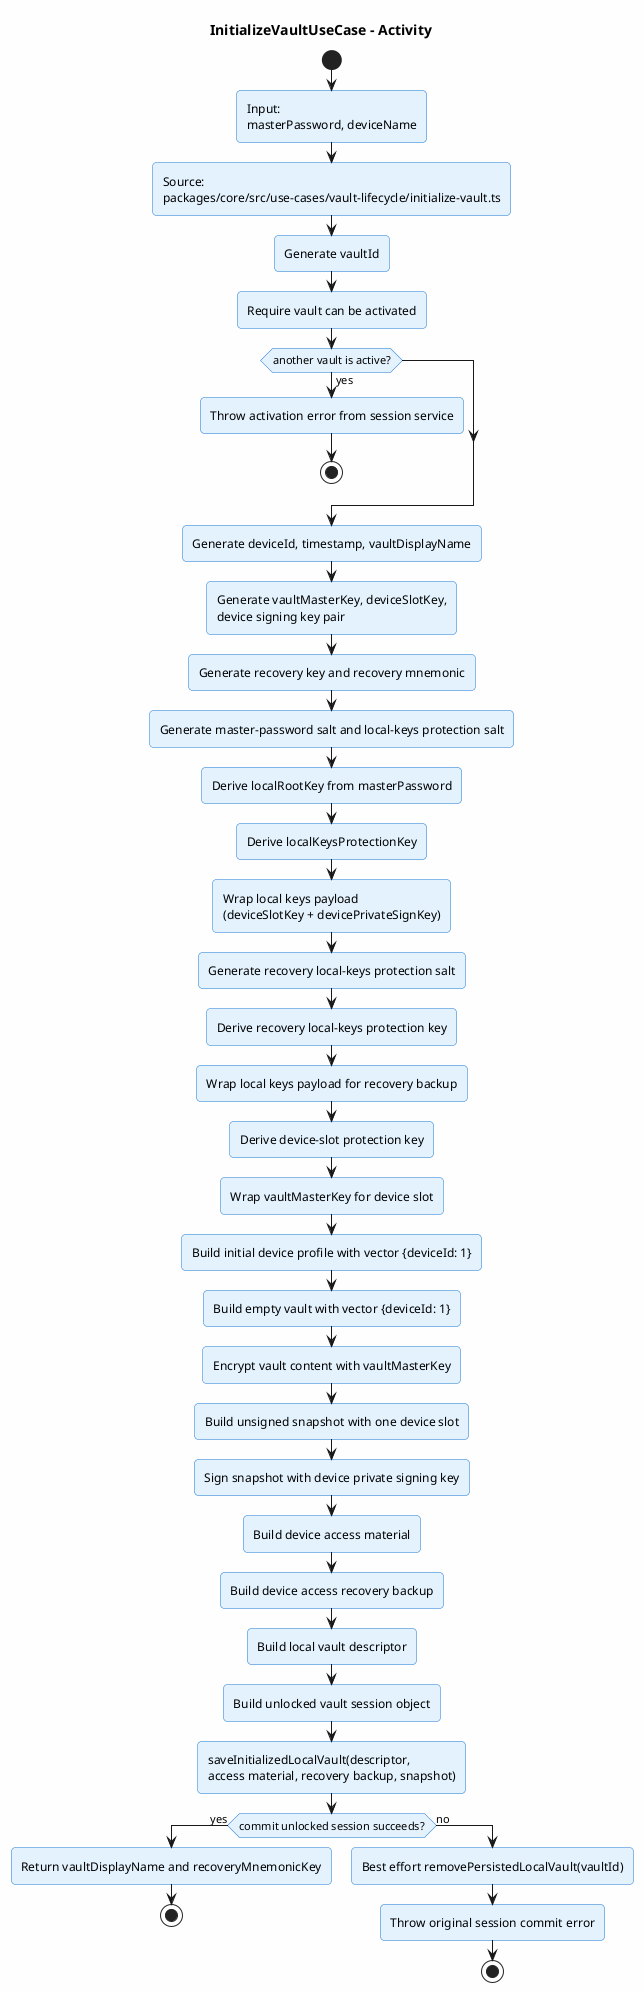
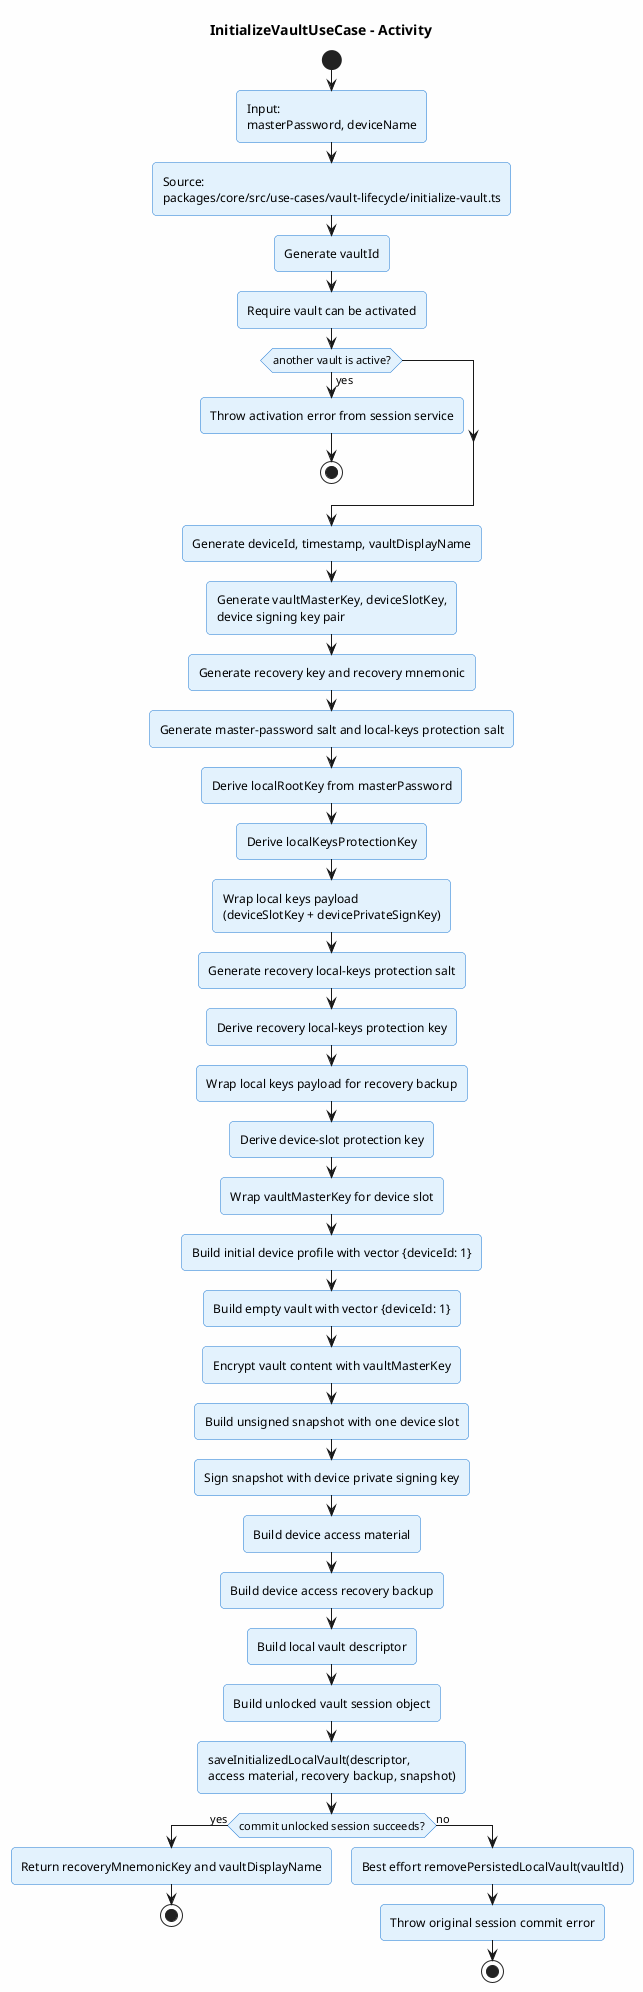
@startuml initialize-vault-activity
title InitializeVaultUseCase - Activity

skinparam backgroundColor #FEFEFE
skinparam roundcorner 8
skinparam shadowing false
skinparam activity {
  BackgroundColor #E3F2FD
  BorderColor #1976D2
}

start
:Input:\nmasterPassword, deviceName;
:Source:\npackages/core/src/use-cases/vault-lifecycle/initialize-vault.ts;
:Generate vaultId;
:Require vault can be activated;
if (another vault is active?) then (yes)
  :Throw activation error from session service;
  stop
endif

:Generate deviceId, timestamp, vaultDisplayName;
:Generate vaultMasterKey, deviceSlotKey,\ndevice signing key pair;
:Generate recovery key and recovery mnemonic;
:Generate master-password salt and local-keys protection salt;
:Derive localRootKey from masterPassword;
:Derive localKeysProtectionKey;
:Wrap local keys payload\n(deviceSlotKey + devicePrivateSignKey);
:Generate recovery local-keys protection salt;
:Derive recovery local-keys protection key;
:Wrap local keys payload for recovery backup;
:Derive device-slot protection key;
:Wrap vaultMasterKey for device slot;
:Build initial device profile with vector {deviceId: 1};
:Build empty vault with vector {deviceId: 1};
:Encrypt vault content with vaultMasterKey;
:Build unsigned snapshot with one device slot;
:Sign snapshot with device private signing key;
:Build device access material;
:Build device access recovery backup;
:Build local vault descriptor;
:Build unlocked vault session object;
:saveInitializedLocalVault(descriptor,\naccess material, recovery backup, snapshot);

if (commit unlocked session succeeds?) then (yes)
-   :Return vaultDisplayName and recoveryMnemonicKey;
+   :Return recoveryMnemonicKey and vaultDisplayName;
  stop
else (no)
  :Best effort removePersistedLocalVault(vaultId);
  :Throw original session commit error;
  stop
endif
@enduml
